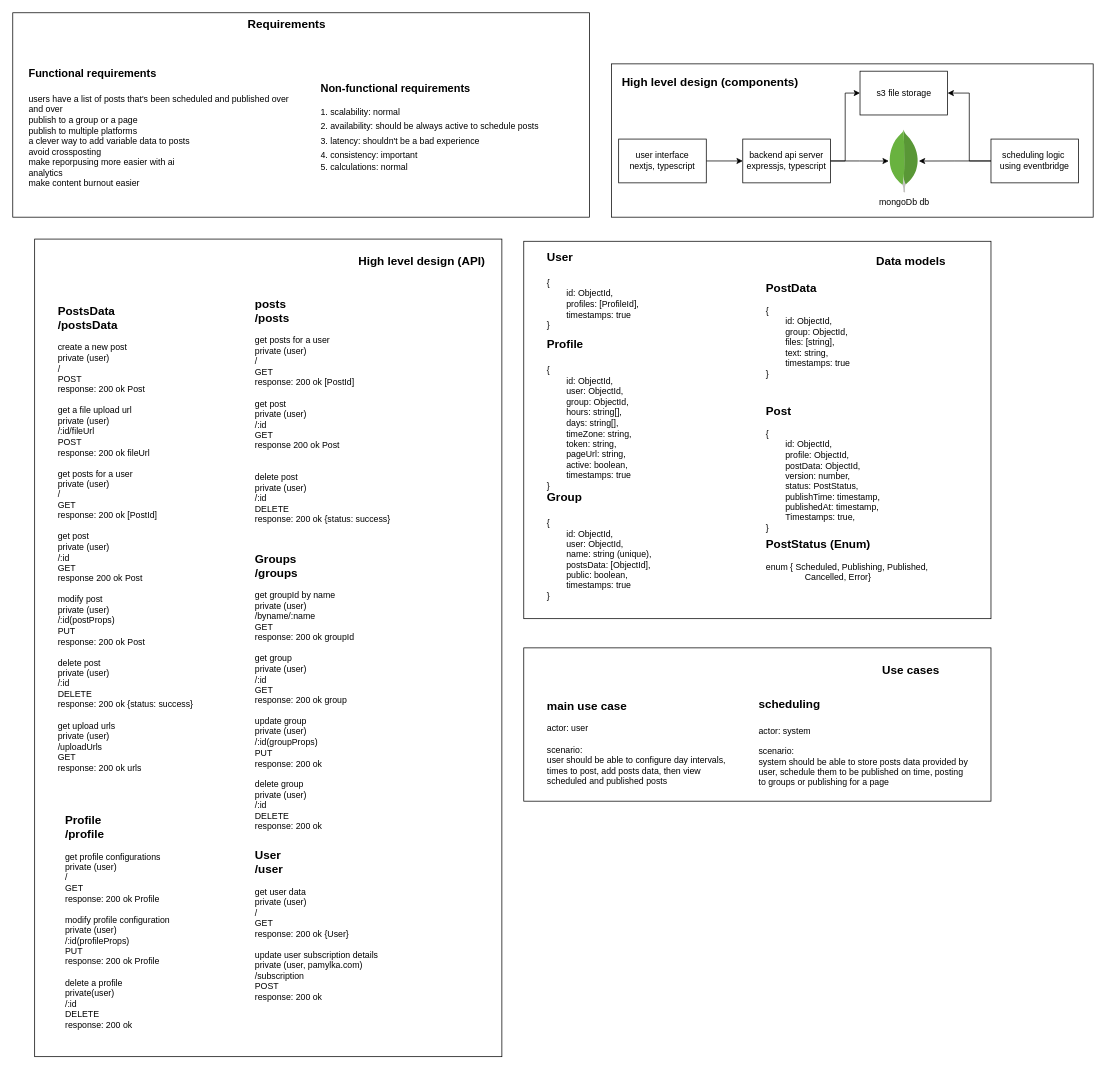
This is page "high-level" (1 of 5) of auto-post.drawio from ahmed-elbehairy7/pamylka-system-design, a draw.io file, before an edit. Source tidied: cells renumbered, new cells numbered last; positions are measured from the earlier drawing's top-left corner, leaving out a move shared by most shapes. Both pictures are drawn from the tidied source at 73%, with x=0, y=0 at pixel (12, 12).
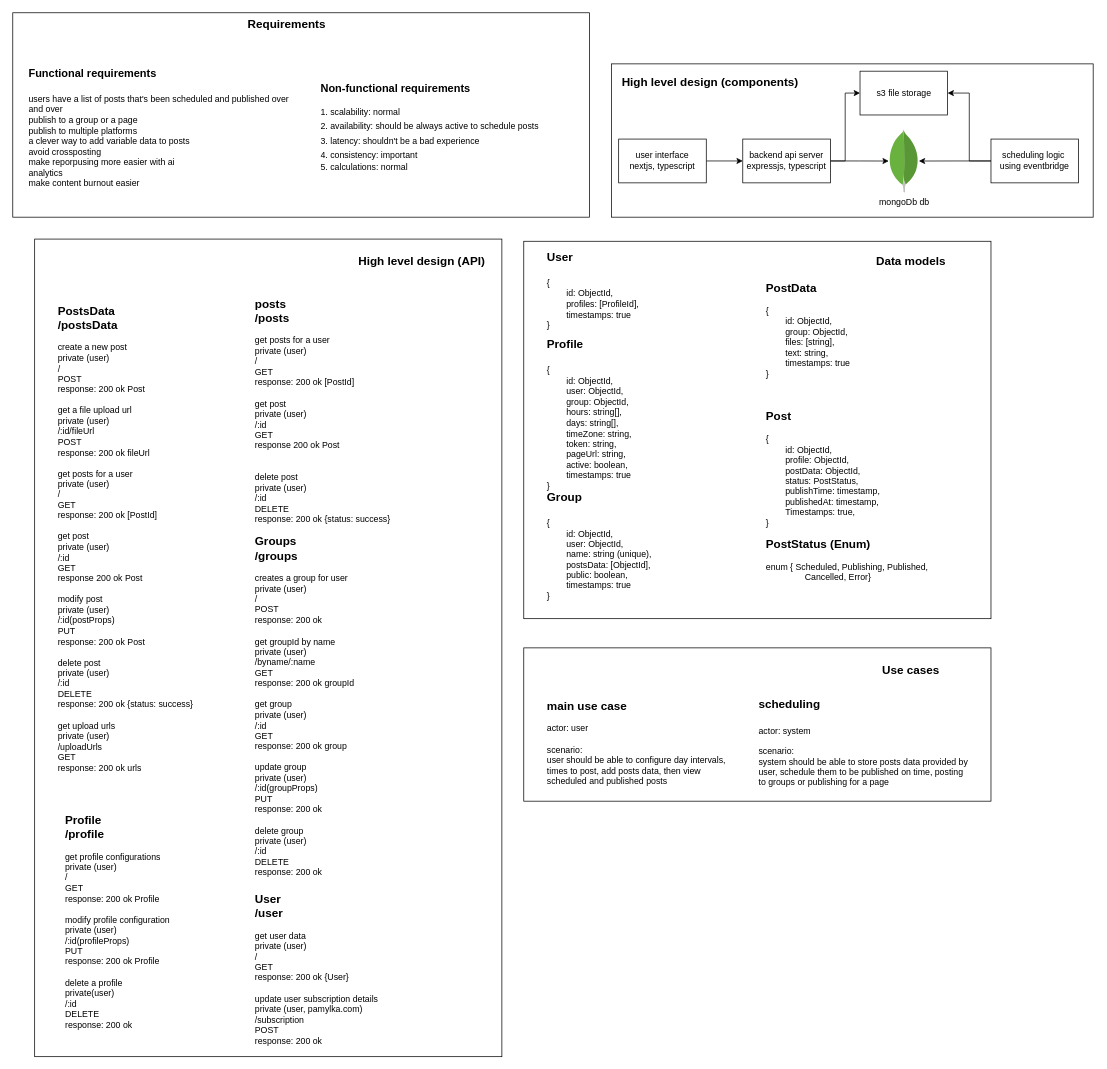
The same diagram, later.

The change refers to these unchanged cells:
```xml
<mxCell id="15" style="group;" parent="1" vertex="1">
  <mxGeometry x="30" y="310" width="640" height="1120" as="geometry" />
</mxCell>
<mxCell id="33" style="group;" parent="1" vertex="1">
  <mxGeometry x="700" y="310" width="642" height="524" as="geometry" />
</mxCell>
```

The edit, as a diff of the source:
```diff
@@
     <mxCell id="20" value="&lt;div&gt;&lt;b style=&quot;background-color: transparent; color: light-dark(rgb(0, 0, 0), rgb(255, 255, 255)); font-size: 16px;&quot;&gt;User&lt;/b&gt;&lt;/div&gt;&lt;div&gt;&lt;b style=&quot;background-color: transparent; color: light-dark(rgb(0, 0, 0), rgb(255, 255, 255)); font-size: 16px;&quot;&gt;/user&lt;/b&gt;&lt;/div&gt;&lt;div&gt;&lt;br&gt;&lt;/div&gt;&lt;div&gt;get user data&lt;/div&gt;&lt;div&gt;&lt;span style=&quot;background-color: transparent; color: light-dark(rgb(0, 0, 0), rgb(255, 255, 255));&quot;&gt;private (user)&lt;/span&gt;&lt;/div&gt;&lt;div&gt;/&lt;/div&gt;&lt;div&gt;GET&lt;/div&gt;&lt;div&gt;response: 200 ok {User}&lt;/div&gt;&lt;div&gt;&lt;br&gt;&lt;/div&gt;&lt;div&gt;&lt;div&gt;&lt;span style=&quot;background-color: transparent;&quot;&gt;update user subscription details&lt;/span&gt;&lt;/div&gt;&lt;div&gt;&lt;span style=&quot;background-color: transparent;&quot;&gt;private (user, pamylka.com)&lt;/span&gt;&lt;/div&gt;&lt;div&gt;/subscription&lt;/div&gt;&lt;div&gt;POST&lt;/div&gt;&lt;div&gt;response: 200 ok&lt;/div&gt;&lt;/div&gt;" style="text;html=1;align=left;verticalAlign=middle;strokeColor=none;fillColor=none;" parent="15" vertex="1">
-      <mxGeometry x="300" y="830" width="190" height="220" as="geometry" />
+      <mxGeometry x="300" y="890" width="190" height="220" as="geometry" />
     </mxCell>
@@
-    <mxCell id="22" value="&lt;div&gt;&lt;span style=&quot;font-size: 16px;&quot;&gt;&lt;b&gt;Groups&lt;/b&gt;&lt;/span&gt;&lt;/div&gt;&lt;div&gt;&lt;b style=&quot;background-color: transparent; color: light-dark(rgb(0, 0, 0), rgb(255, 255, 255)); font-size: 16px;&quot;&gt;/groups&lt;/b&gt;&lt;/div&gt;&lt;div&gt;&lt;br&gt;&lt;/div&gt;&lt;div&gt;&lt;span style=&quot;background-color: transparent; color: light-dark(rgb(0, 0, 0), rgb(255, 255, 255));&quot;&gt;get groupId by name&lt;/span&gt;&lt;/div&gt;&lt;div&gt;&lt;span style=&quot;background-color: transparent; color: light-dark(rgb(0, 0, 0), rgb(255, 255, 255));&quot;&gt;private (user)&lt;/span&gt;&lt;/div&gt;&lt;div&gt;/byname/:name&lt;/div&gt;&lt;div&gt;GET&lt;/div&gt;&lt;div&gt;response: 200 ok groupId&lt;/div&gt;&lt;div&gt;&lt;br&gt;&lt;/div&gt;&lt;div&gt;&lt;div&gt;&lt;span style=&quot;background-color: transparent; color: light-dark(rgb(0, 0, 0), rgb(255, 255, 255));&quot;&gt;get group&lt;/span&gt;&lt;/div&gt;&lt;div&gt;&lt;span style=&quot;background-color: transparent; color: light-dark(rgb(0, 0, 0), rgb(255, 255, 255));&quot;&gt;private (user)&lt;/span&gt;&lt;/div&gt;&lt;div&gt;/:id&lt;/div&gt;&lt;div&gt;GET&lt;/div&gt;&lt;div&gt;response: 200 ok group&lt;/div&gt;&lt;div&gt;&lt;br&gt;&lt;/div&gt;&lt;/div&gt;&lt;div&gt;update group&lt;/div&gt;&lt;div&gt;private (user)&lt;/div&gt;&lt;div&gt;/:id(groupProps)&lt;/div&gt;&lt;div&gt;PUT&lt;/div&gt;&lt;div&gt;response: 200 ok&lt;/div&gt;&lt;div&gt;&lt;br&gt;&lt;/div&gt;&lt;div&gt;delete group&lt;/div&gt;&lt;div&gt;private (user)&lt;/div&gt;&lt;div&gt;/:id&lt;/div&gt;&lt;div&gt;DELETE&lt;/div&gt;&lt;div&gt;response: 200 ok&lt;/div&gt;" style="text;html=1;align=left;verticalAlign=middle;strokeColor=none;fillColor=none;" parent="15" vertex="1">
-      <mxGeometry x="300" y="420" width="160" height="400" as="geometry" />
+    <mxCell id="22" value="&lt;div&gt;&lt;span style=&quot;font-size: 16px;&quot;&gt;&lt;b&gt;Groups&lt;/b&gt;&lt;/span&gt;&lt;/div&gt;&lt;div&gt;&lt;b style=&quot;background-color: transparent; color: light-dark(rgb(0, 0, 0), rgb(255, 255, 255)); font-size: 16px;&quot;&gt;/groups&lt;/b&gt;&lt;/div&gt;&lt;div&gt;&lt;br&gt;&lt;/div&gt;&lt;div&gt;&lt;div&gt;creates a group for user&lt;/div&gt;&lt;div&gt;private (user)&lt;/div&gt;&lt;div&gt;/&lt;/div&gt;&lt;div&gt;POST&lt;/div&gt;&lt;div&gt;response: 200 ok&lt;/div&gt;&lt;div&gt;&lt;br&gt;&lt;/div&gt;&lt;/div&gt;&lt;div&gt;&lt;span style=&quot;background-color: transparent; color: light-dark(rgb(0, 0, 0), rgb(255, 255, 255));&quot;&gt;get groupId by name&lt;/span&gt;&lt;/div&gt;&lt;div&gt;&lt;span style=&quot;background-color: transparent; color: light-dark(rgb(0, 0, 0), rgb(255, 255, 255));&quot;&gt;private (user)&lt;/span&gt;&lt;/div&gt;&lt;div&gt;/byname/:name&lt;/div&gt;&lt;div&gt;GET&lt;/div&gt;&lt;div&gt;response: 200 ok groupId&lt;/div&gt;&lt;div&gt;&lt;br&gt;&lt;/div&gt;&lt;div&gt;&lt;div&gt;&lt;span style=&quot;background-color: transparent; color: light-dark(rgb(0, 0, 0), rgb(255, 255, 255));&quot;&gt;get group&lt;/span&gt;&lt;/div&gt;&lt;div&gt;&lt;span style=&quot;background-color: transparent; color: light-dark(rgb(0, 0, 0), rgb(255, 255, 255));&quot;&gt;private (user)&lt;/span&gt;&lt;/div&gt;&lt;div&gt;/:id&lt;/div&gt;&lt;div&gt;GET&lt;/div&gt;&lt;div&gt;response: 200 ok group&lt;/div&gt;&lt;div&gt;&lt;br&gt;&lt;/div&gt;&lt;/div&gt;&lt;div&gt;update group&lt;/div&gt;&lt;div&gt;private (user)&lt;/div&gt;&lt;div&gt;/:id(groupProps)&lt;/div&gt;&lt;div&gt;PUT&lt;/div&gt;&lt;div&gt;response: 200 ok&lt;/div&gt;&lt;div&gt;&lt;br&gt;&lt;/div&gt;&lt;div&gt;delete group&lt;/div&gt;&lt;div&gt;private (user)&lt;/div&gt;&lt;div&gt;/:id&lt;/div&gt;&lt;div&gt;DELETE&lt;/div&gt;&lt;div&gt;response: 200 ok&lt;/div&gt;" style="text;html=1;align=left;verticalAlign=middle;strokeColor=none;fillColor=none;" parent="15" vertex="1">
+      <mxGeometry x="300" y="400" width="160" height="480" as="geometry" />
     </mxCell>
@@
-    <mxCell id="37" value="&lt;div&gt;&lt;span style=&quot;font-size: 16px;&quot;&gt;&lt;b&gt;Post&lt;/b&gt;&lt;/span&gt;&lt;/div&gt;&lt;div&gt;&lt;br&gt;&lt;/div&gt;&lt;div&gt;{&lt;/div&gt;&lt;div&gt;&lt;span style=&quot;white-space: pre;&quot;&gt;&#9;&lt;/span&gt;id: ObjectId,&lt;/div&gt;&lt;div&gt;&lt;span style=&quot;white-space: pre;&quot;&gt;&#9;&lt;/span&gt;profile: ObjectId,&lt;br&gt;&lt;/div&gt;&lt;div&gt;&lt;span style=&quot;white-space: pre;&quot;&gt;&#9;&lt;/span&gt;postData: ObjectId,&lt;br&gt;&lt;/div&gt;&lt;div&gt;&lt;span style=&quot;white-space: pre;&quot;&gt;&#9;&lt;/span&gt;version: number,&lt;br&gt;&lt;/div&gt;&lt;div&gt;&lt;span style=&quot;white-space: pre;&quot;&gt;&#9;&lt;/span&gt;status: PostStatus,&lt;/div&gt;&lt;div&gt;&lt;span style=&quot;white-space: pre;&quot;&gt;&#9;&lt;/span&gt;publishTime: timestamp,&lt;br&gt;&lt;/div&gt;&lt;div&gt;&lt;span style=&quot;white-space: pre;&quot;&gt;&#9;&lt;/span&gt;publishedAt: timestamp,&lt;br&gt;&lt;/div&gt;&lt;div&gt;&lt;span style=&quot;background-color: transparent; color: light-dark(rgb(0, 0, 0), rgb(255, 255, 255)); white-space-collapse: preserve;&quot;&gt;&lt;span style=&quot;white-space: pre;&quot;&gt;&#9;&lt;/span&gt;Timestamps: true,&lt;/span&gt;&lt;span style=&quot;background-color: transparent; color: light-dark(rgb(0, 0, 0), rgb(255, 255, 255)); white-space-collapse: preserve;&quot;&gt;&#9;&lt;/span&gt;&lt;span style=&quot;background-color: transparent; color: light-dark(rgb(0, 0, 0), rgb(255, 255, 255)); white-space-collapse: preserve;&quot;&gt;&#9;&lt;/span&gt;&lt;/div&gt;&lt;div&gt;}&lt;/div&gt;" style="text;html=1;align=left;verticalAlign=middle;strokeColor=none;fillColor=none;" parent="33" vertex="1">
-      <mxGeometry x="330" y="220" width="180" height="190" as="geometry" />
+    <mxCell id="37" value="&lt;div&gt;&lt;span style=&quot;font-size: 16px;&quot;&gt;&lt;b&gt;Post&lt;/b&gt;&lt;/span&gt;&lt;/div&gt;&lt;div&gt;&lt;br&gt;&lt;/div&gt;&lt;div&gt;{&lt;/div&gt;&lt;div&gt;&lt;span style=&quot;white-space: pre;&quot;&gt;&#9;&lt;/span&gt;id: ObjectId,&lt;/div&gt;&lt;div&gt;&lt;span style=&quot;white-space: pre;&quot;&gt;&#9;&lt;/span&gt;profile: ObjectId,&lt;br&gt;&lt;/div&gt;&lt;div&gt;&lt;span style=&quot;white-space: pre;&quot;&gt;&#9;&lt;/span&gt;postData: ObjectId,&lt;br&gt;&lt;/div&gt;&lt;div&gt;&lt;span style=&quot;background-color: transparent; white-space-collapse: preserve;&quot;&gt;&#9;&lt;/span&gt;&lt;span style=&quot;background-color: transparent;&quot;&gt;status: PostStatus,&lt;/span&gt;&lt;/div&gt;&lt;div&gt;&lt;span style=&quot;white-space: pre;&quot;&gt;&#9;&lt;/span&gt;publishTime: timestamp,&lt;br&gt;&lt;/div&gt;&lt;div&gt;&lt;span style=&quot;white-space: pre;&quot;&gt;&#9;&lt;/span&gt;publishedAt: timestamp,&lt;br&gt;&lt;/div&gt;&lt;div&gt;&lt;span style=&quot;background-color: transparent; color: light-dark(rgb(0, 0, 0), rgb(255, 255, 255)); white-space-collapse: preserve;&quot;&gt;&lt;span style=&quot;white-space: pre;&quot;&gt;&#9;&lt;/span&gt;Timestamps: true,&lt;/span&gt;&lt;span style=&quot;background-color: transparent; color: light-dark(rgb(0, 0, 0), rgb(255, 255, 255)); white-space-collapse: preserve;&quot;&gt;&#9;&lt;/span&gt;&lt;span style=&quot;background-color: transparent; color: light-dark(rgb(0, 0, 0), rgb(255, 255, 255)); white-space-collapse: preserve;&quot;&gt;&#9;&lt;/span&gt;&lt;/div&gt;&lt;div&gt;}&lt;/div&gt;" style="text;html=1;align=left;verticalAlign=middle;strokeColor=none;fillColor=none;" parent="33" vertex="1">
+      <mxGeometry x="330" y="225" width="180" height="180" as="geometry" />
     </mxCell>
```
